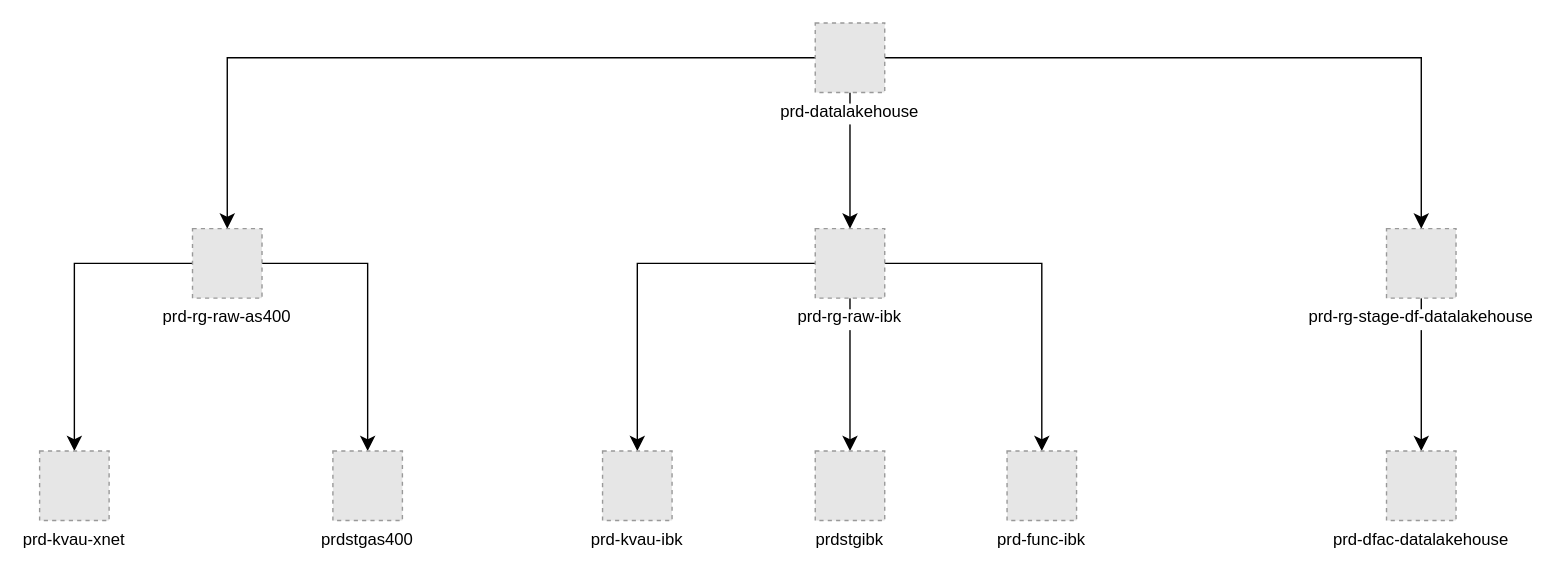
This is page "prd-datalakehouse" (3 of 5) of Arquitectura Azure.drawio from jcdiazz/Diagramas, a draw.io file, before an edit. Source tidied: cells renumbered, new cells numbered last; positions are measured from the earlier drawing's top-left corner, leaving out a move shared by most shapes. Both pictures are drawn from the tidied source at 139%, with x=0, y=0 at pixel (39, 22). Pictures stored in the file or linked from it are replaced by grey dashed boxes.
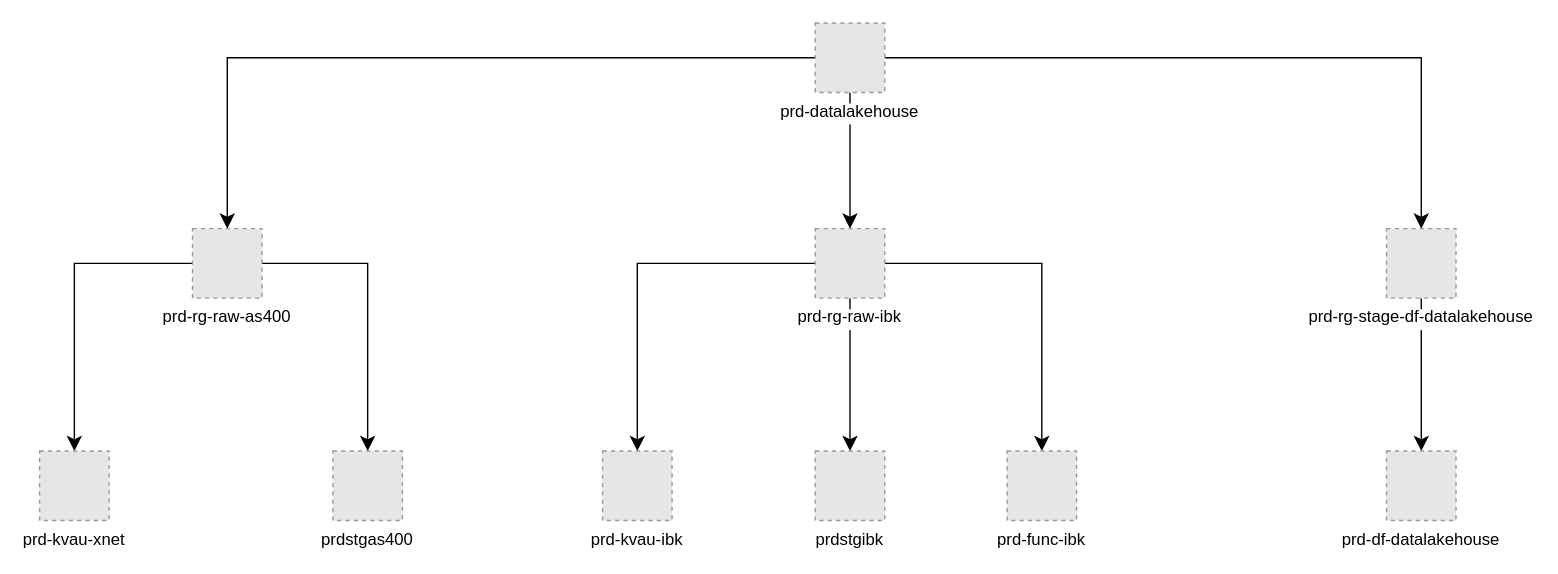
Above is the later version.

What changed in the source:
```diff
@@
-    <mxCell id="16" value="prd-dfac-datalakehouse" style="fillColor=#E6E6E6;strokeColor=#999999;dashed=1;verticalLabelPosition=bottom;labelBackgroundColor=default;verticalAlign=top;rotation=0;" parent="1" vertex="1">
+    <mxCell id="16" value="prd-df-datalakehouse" style="fillColor=#E6E6E6;strokeColor=#999999;dashed=1;verticalLabelPosition=bottom;labelBackgroundColor=default;verticalAlign=top;rotation=0;" parent="1" vertex="1">
       <mxGeometry x="969" y="308" width="50" height="50" as="geometry" />
     </mxCell>
```
